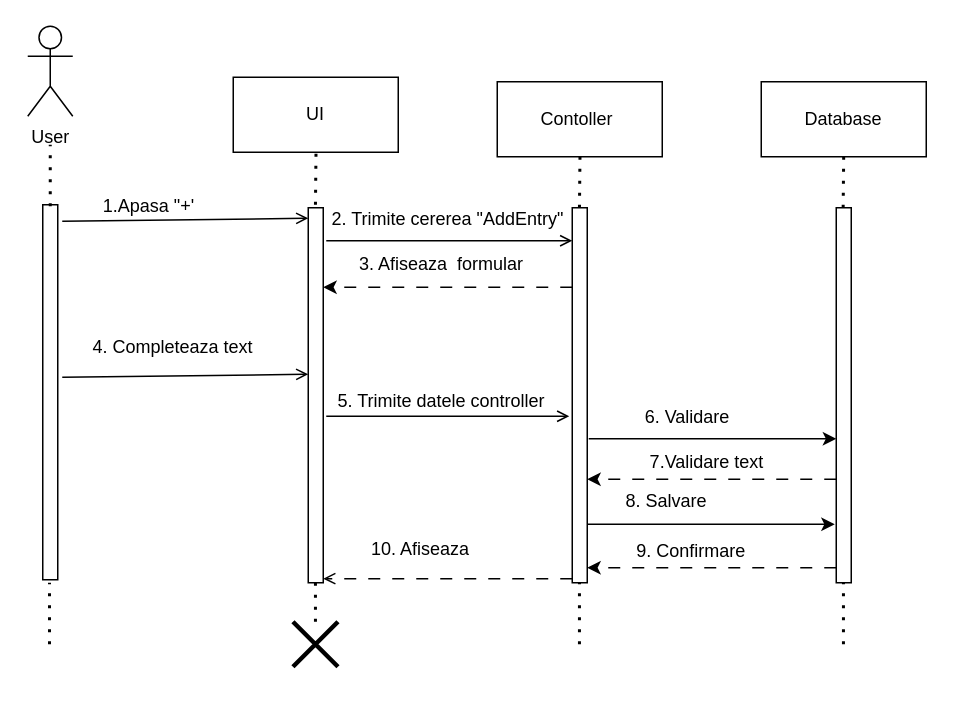
Mariuswarboss/Practica keeps this draw.io diagram as secventa.drawio. Above is the earlier version. Source tidied: cells renumbered, new cells numbered last; positions are measured from the earlier drawing's top-left corner, leaving out a move shared by most shapes. Both pictures are drawn from the tidied source at 150%, with x=0, y=0 at pixel (27, 26).
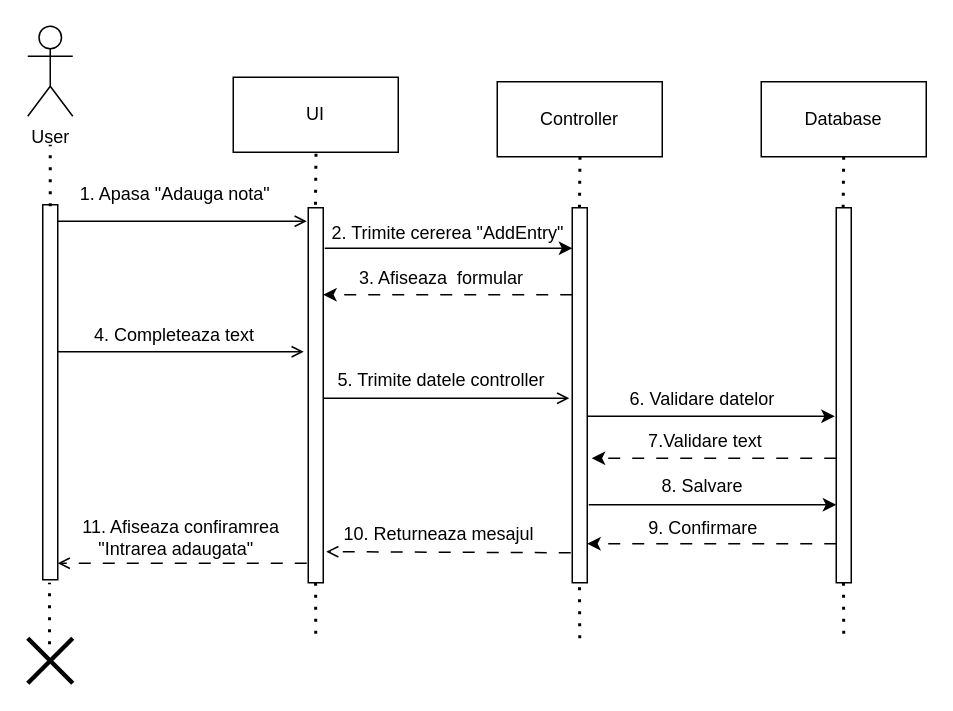
After the change.

The change refers to these unchanged cells:
```xml
<mxCell id="5" style="html=1;points=[[0,0,0,0,5],[0,1,0,0,-5],[1,0,0,0,5],[1,1,0,0,-5]];perimeter=orthogonalPerimeter;outlineConnect=0;targetShapes=umlLifeline;portConstraint=eastwest;newEdgeStyle={&quot;curved&quot;:0,&quot;rounded&quot;:0};" parent="1" vertex="1">
  <mxGeometry x="10" y="119" width="10" height="250" as="geometry" />
</mxCell>
<mxCell id="7" style="html=1;points=[[0,0,0,0,5],[0,1,0,0,-5],[1,0,0,0,5],[1,1,0,0,-5]];perimeter=orthogonalPerimeter;outlineConnect=0;targetShapes=umlLifeline;portConstraint=eastwest;newEdgeStyle={&quot;curved&quot;:0,&quot;rounded&quot;:0};" parent="1" vertex="1">
  <mxGeometry x="187" y="121" width="10" height="250" as="geometry" />
</mxCell>
<mxCell id="8" style="html=1;points=[[0,0,0,0,5],[0,1,0,0,-5],[1,0,0,0,5],[1,1,0,0,-5]];perimeter=orthogonalPerimeter;outlineConnect=0;targetShapes=umlLifeline;portConstraint=eastwest;newEdgeStyle={&quot;curved&quot;:0,&quot;rounded&quot;:0};" parent="1" vertex="1">
  <mxGeometry x="363" y="121" width="10" height="250" as="geometry" />
</mxCell>
<mxCell id="9" style="html=1;points=[[0,0,0,0,5],[0,1,0,0,-5],[1,0,0,0,5],[1,1,0,0,-5]];perimeter=orthogonalPerimeter;outlineConnect=0;targetShapes=umlLifeline;portConstraint=eastwest;newEdgeStyle={&quot;curved&quot;:0,&quot;rounded&quot;:0};" parent="1" vertex="1">
  <mxGeometry x="539" y="121" width="10" height="250" as="geometry" />
</mxCell>
```

The edit, as a diff of the source:
```diff
@@
-    <mxCell id="3" value="Contoller&amp;nbsp;" style="html=1;whiteSpace=wrap;" parent="1" vertex="1">
+    <mxCell id="3" value="Controller" style="html=1;whiteSpace=wrap;" parent="1" vertex="1">
       <mxGeometry x="313" y="37" width="110" height="50" as="geometry" />
     </mxCell>
@@
     <mxCell id="14" style="endArrow=classic;html=1;rounded=0;dashed=1;dashPattern=8 8;" parent="1" edge="1">
       <mxGeometry relative="1" as="geometry">
-        <mxPoint x="363" y="174" as="sourcePoint" />
-        <mxPoint x="197" y="174" as="targetPoint" />
+        <mxPoint x="363" y="179" as="sourcePoint" />
+        <mxPoint x="197" y="179" as="targetPoint" />
       </mxGeometry>
     </mxCell>
-    <mxCell id="15" style="endArrow=classic;html=1;rounded=0;dashed=1;dashPattern=8 8;" parent="1" edge="1">
+    <mxCell id="15" style="endArrow=classic;html=1;rounded=0;dashed=1;dashPattern=8 8;exitX=0;exitY=0.668;exitDx=0;exitDy=0;exitPerimeter=0;" parent="1" edge="1" source="9">
       <mxGeometry relative="1" as="geometry">
-        <mxPoint x="539" y="302" as="sourcePoint" />
-        <mxPoint x="373" y="302" as="targetPoint" />
+        <mxPoint x="376" y="288" as="targetPoint" />
       </mxGeometry>
     </mxCell>
     <mxCell id="16" style="endArrow=classic;html=1;rounded=0;dashed=1;dashPattern=8 8;" parent="1" edge="1">
       <mxGeometry relative="1" as="geometry">
-        <mxPoint x="539" y="361" as="sourcePoint" />
-        <mxPoint x="373" y="361" as="targetPoint" />
+        <mxPoint x="539" y="345" as="sourcePoint" />
+        <mxPoint x="373" y="345" as="targetPoint" />
       </mxGeometry>
     </mxCell>
     <mxCell id="17" style="endArrow=open;html=1;rounded=0;dashed=1;dashPattern=8 8;endFill=0;" parent="1" edge="1">
       <mxGeometry relative="1" as="geometry">
-        <mxPoint x="363" y="368.3" as="sourcePoint" />
-        <mxPoint x="197" y="368.3" as="targetPoint" />
+        <mxPoint x="362" y="351" as="sourcePoint" />
+        <mxPoint x="199" y="350.3" as="targetPoint" />
       </mxGeometry>
     </mxCell>
@@
-    <mxCell id="19" style="endArrow=none;dashed=1;html=1;dashPattern=1 3;strokeWidth=2;rounded=0;" parent="1" edge="1" source="38">
+    <mxCell id="19" style="endArrow=none;dashed=1;html=1;dashPattern=1 3;strokeWidth=2;rounded=0;" parent="1" edge="1">
       <mxGeometry relative="1" as="geometry">
-        <mxPoint x="191.8" y="371" as="targetPoint" />
+        <mxPoint x="192" y="405" as="sourcePoint" />
+        <mxPoint x="191.9" y="371" as="targetPoint" />
       </mxGeometry>
     </mxCell>
     <mxCell id="20" style="endArrow=none;dashed=1;html=1;dashPattern=1 3;strokeWidth=2;rounded=0;" parent="1" edge="1">
       <mxGeometry relative="1" as="geometry">
-        <mxPoint x="367.8" y="412" as="sourcePoint" />
+        <mxPoint x="368" y="408" as="sourcePoint" />
         <mxPoint x="367.8" y="371" as="targetPoint" />
       </mxGeometry>
     </mxCell>
     <mxCell id="21" style="endArrow=none;dashed=1;html=1;dashPattern=1 3;strokeWidth=2;rounded=0;" parent="1" edge="1">
       <mxGeometry relative="1" as="geometry">
-        <mxPoint x="543.8" y="412" as="sourcePoint" />
+        <mxPoint x="544" y="405" as="sourcePoint" />
         <mxPoint x="543.8" y="371" as="targetPoint" />
       </mxGeometry>
     </mxCell>
-    <mxCell id="22" style="endArrow=open;html=1;rounded=0;endFill=0;" parent="1" edge="1">
+    <mxCell id="22" style="endArrow=open;html=1;rounded=0;endFill=0;" parent="1" edge="1" source="5">
       <mxGeometry relative="1" as="geometry">
-        <mxPoint x="23" y="130" as="sourcePoint" />
-        <mxPoint x="187" y="128" as="targetPoint" />
+        <mxPoint x="186" y="130" as="targetPoint" />
       </mxGeometry>
     </mxCell>
-    <mxCell id="23" style="endArrow=open;html=1;rounded=0;endFill=0;" parent="1" edge="1">
+    <mxCell id="23" style="endArrow=open;html=1;rounded=0;endFill=0;" parent="1" edge="1" source="5">
       <mxGeometry relative="1" as="geometry">
-        <mxPoint x="23" y="234" as="sourcePoint" />
-        <mxPoint x="187" y="232" as="targetPoint" />
+        <mxPoint x="184" y="217" as="targetPoint" />
       </mxGeometry>
     </mxCell>
-    <mxCell id="24" style="endArrow=open;html=1;rounded=0;endFill=0;" parent="1" edge="1" target="8">
-      <mxGeometry relative="1" as="geometry">
-        <mxPoint x="199" y="143" as="sourcePoint" />
-      </mxGeometry>
-    </mxCell>
-    <mxCell id="25" style="endArrow=open;html=1;rounded=0;endFill=0;" parent="1" edge="1">
+    <mxCell id="25" style="endArrow=open;html=1;rounded=0;endFill=0;exitX=1;exitY=0.508;exitDx=0;exitDy=0;exitPerimeter=0;" parent="1" edge="1" source="7">
       <mxGeometry relative="1" as="geometry">
-        <mxPoint x="199" y="260" as="sourcePoint" />
-        <mxPoint x="361" y="260" as="targetPoint" />
+        <mxPoint x="361" y="248" as="targetPoint" />
       </mxGeometry>
     </mxCell>
     <mxCell id="26" style="endArrow=classic;html=1;rounded=0;" parent="1" edge="1">
       <mxGeometry relative="1" as="geometry">
-        <mxPoint x="374" y="275" as="sourcePoint" />
-        <mxPoint x="539" y="275" as="targetPoint" />
+        <mxPoint x="373" y="260" as="sourcePoint" />
+        <mxPoint x="538" y="260" as="targetPoint" />
       </mxGeometry>
     </mxCell>
     <mxCell id="27" style="endArrow=classic;html=1;rounded=0;" parent="1" edge="1">
       <mxGeometry relative="1" as="geometry">
-        <mxPoint x="373" y="332" as="sourcePoint" />
-        <mxPoint x="538" y="332" as="targetPoint" />
+        <mxPoint x="374" y="319" as="sourcePoint" />
+        <mxPoint x="539" y="319" as="targetPoint" />
       </mxGeometry>
     </mxCell>
-    <mxCell id="28" value="1.Apasa &quot;+'" style="text;html=1;whiteSpace=wrap;strokeColor=none;fillColor=none;align=center;verticalAlign=middle;rounded=0;" parent="1" vertex="1">
-      <mxGeometry x="36" y="105" width="90" height="30" as="geometry" />
+    <mxCell id="28" value="1. Apasa &quot;Adauga nota&quot;" style="text;html=1;whiteSpace=wrap;strokeColor=none;fillColor=none;align=center;verticalAlign=middle;rounded=0;" parent="1" vertex="1">
+      <mxGeometry x="31.5" y="97" width="133" height="30" as="geometry" />
     </mxCell>
     <mxCell id="29" value="2. Trimite cererea &quot;AddEntry&quot;&amp;nbsp;" style="text;html=1;whiteSpace=wrap;strokeColor=none;fillColor=none;align=center;verticalAlign=middle;rounded=0;" parent="1" vertex="1">
-      <mxGeometry x="197" y="114" width="170" height="30" as="geometry" />
+      <mxGeometry x="197" y="123" width="170" height="30" as="geometry" />
     </mxCell>
     <mxCell id="30" value="3. Afiseaza&amp;nbsp; formular" style="text;html=1;whiteSpace=wrap;strokeColor=none;fillColor=none;align=center;verticalAlign=middle;rounded=0;" parent="1" vertex="1">
-      <mxGeometry x="191" y="144" width="170" height="30" as="geometry" />
+      <mxGeometry x="191" y="153" width="170" height="30" as="geometry" />
     </mxCell>
     <mxCell id="31" value="4. Completeaza text" style="text;html=1;whiteSpace=wrap;strokeColor=none;fillColor=none;align=center;verticalAlign=middle;rounded=0;" parent="1" vertex="1">
-      <mxGeometry x="12" y="199" width="170" height="30" as="geometry" />
+      <mxGeometry x="13" y="191" width="170" height="30" as="geometry" />
     </mxCell>
     <mxCell id="32" value="5. Trimite datele controller" style="text;html=1;whiteSpace=wrap;strokeColor=none;fillColor=none;align=center;verticalAlign=middle;rounded=0;" parent="1" vertex="1">
-      <mxGeometry x="191" y="235" width="170" height="30" as="geometry" />
+      <mxGeometry x="191" y="221" width="170" height="30" as="geometry" />
     </mxCell>
-    <mxCell id="33" value="6. Validare" style="text;html=1;whiteSpace=wrap;strokeColor=none;fillColor=none;align=center;verticalAlign=middle;rounded=0;" parent="1" vertex="1">
-      <mxGeometry x="410" y="246" width="60" height="30" as="geometry" />
+    <mxCell id="33" value="6. Validare datelor" style="text;html=1;whiteSpace=wrap;strokeColor=none;fillColor=none;align=center;verticalAlign=middle;rounded=0;" parent="1" vertex="1">
+      <mxGeometry x="400" y="234" width="100" height="30" as="geometry" />
     </mxCell>
     <mxCell id="34" value="7.Validare text" style="text;html=1;whiteSpace=wrap;strokeColor=none;fillColor=none;align=center;verticalAlign=middle;rounded=0;" parent="1" vertex="1">
-      <mxGeometry x="413" y="276" width="80" height="30" as="geometry" />
+      <mxGeometry x="411.5" y="262" width="80" height="30" as="geometry" />
     </mxCell>
     <mxCell id="35" value="8. Salvare" style="text;html=1;whiteSpace=wrap;strokeColor=none;fillColor=none;align=center;verticalAlign=middle;rounded=0;" parent="1" vertex="1">
-      <mxGeometry x="396" y="302" width="60" height="30" as="geometry" />
+      <mxGeometry x="420" y="292" width="60" height="30" as="geometry" />
     </mxCell>
     <mxCell id="36" value="9. Confirmare" style="text;html=1;whiteSpace=wrap;strokeColor=none;fillColor=none;align=center;verticalAlign=middle;rounded=0;" parent="1" vertex="1">
-      <mxGeometry x="401" y="335" width="83" height="30" as="geometry" />
+      <mxGeometry x="408.5" y="320" width="83" height="30" as="geometry" />
     </mxCell>
-    <mxCell id="37" value="10. Afiseaza" style="text;html=1;whiteSpace=wrap;strokeColor=none;fillColor=none;align=center;verticalAlign=middle;rounded=0;" parent="1" vertex="1">
-      <mxGeometry x="215" y="334" width="94" height="30" as="geometry" />
+    <mxCell id="37" value="10. Returneaza mesajul&amp;nbsp;" style="text;html=1;whiteSpace=wrap;strokeColor=none;fillColor=none;align=center;verticalAlign=middle;rounded=0;" parent="1" vertex="1">
+      <mxGeometry x="208" y="324" width="136" height="30" as="geometry" />
     </mxCell>
-    <mxCell id="38" style="shape=umlDestroy;whiteSpace=wrap;html=1;strokeWidth=3;targetShapes=umlLifeline;" parent="1" vertex="1">
-      <mxGeometry x="176.8" y="397" width="30" height="30" as="geometry" />
-    </mxCell>
+    <mxCell id="39" style="endArrow=open;html=1;rounded=0;dashed=1;dashPattern=8 8;endFill=0;" parent="1" edge="1">
+      <mxGeometry relative="1" as="geometry">
+        <mxPoint x="186" y="358" as="sourcePoint" />
+        <mxPoint x="20" y="358" as="targetPoint" />
+      </mxGeometry>
+    </mxCell>
+    <mxCell id="40" value="11. Afiseaza confiramrea &quot;Intrarea adaugata&quot;&amp;nbsp;&amp;nbsp;" style="text;html=1;whiteSpace=wrap;strokeColor=none;fillColor=none;align=center;verticalAlign=middle;rounded=0;" parent="1" vertex="1">
+      <mxGeometry x="20" y="326" width="165" height="30" as="geometry" />
+    </mxCell>
+    <mxCell id="41" style="shape=umlDestroy;whiteSpace=wrap;html=1;strokeWidth=3;targetShapes=umlLifeline;" parent="1" vertex="1">
+      <mxGeometry y="408" width="30" height="30" as="geometry" />
+    </mxCell>
+    <mxCell id="42" style="endArrow=classic;html=1;rounded=0;endFill=1;entryX=0;entryY=0.108;entryDx=0;entryDy=0;entryPerimeter=0;" parent="1" edge="1" target="8">
+      <mxGeometry relative="1" as="geometry">
+        <mxPoint x="198" y="148" as="sourcePoint" />
+      </mxGeometry>
+    </mxCell>
```
